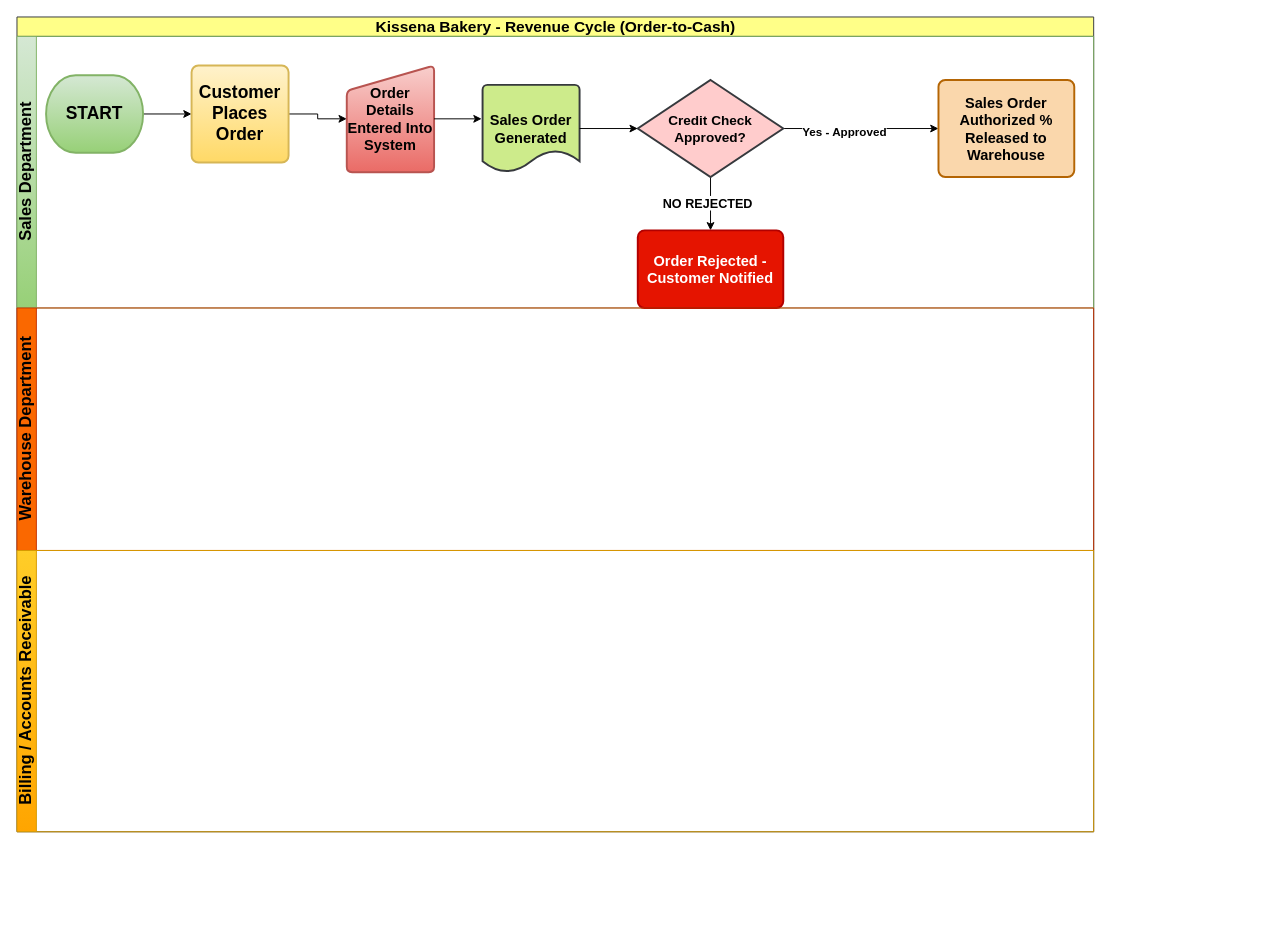
Above: page "Page-1" (1 of 2) of Revenue_Cycle_Controls.drawio in KevalQueensCollege/drawio (draw.io), before the change. Source tidied: cells renumbered, new cells numbered last; positions are measured from the earlier drawing's top-left corner, leaving out a move shared by most shapes. Both pictures are drawn from the tidied source at 97%, with x=0, y=0 at pixel (16, 16).
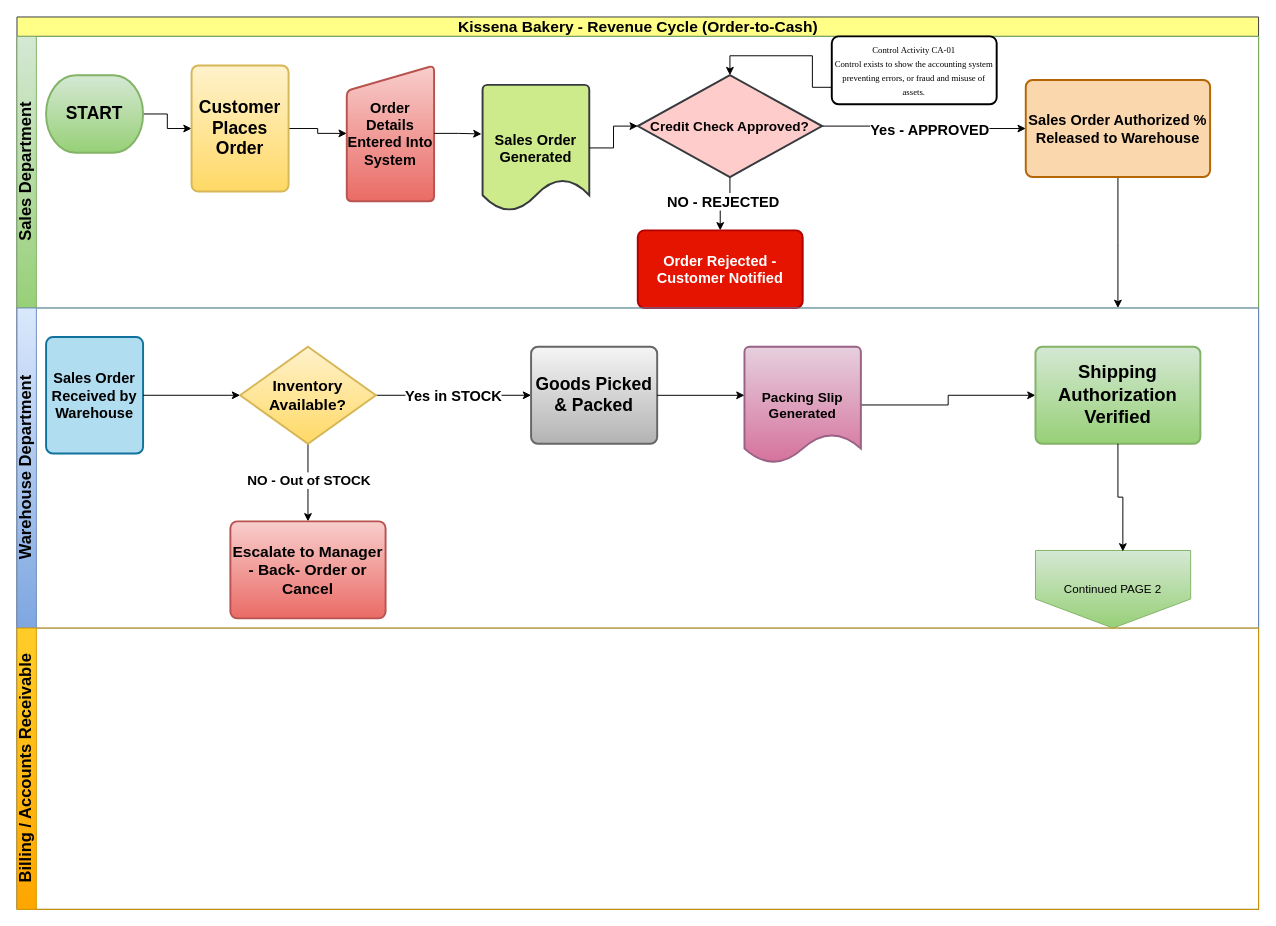
After the change.

The change refers to these unchanged cells:
```xml
<mxCell id="13" style="edgeStyle=orthogonalEdgeStyle;rounded=0;jettySize=auto;html=1;entryX=0;entryY=0.5;entryDx=0;entryDy=0;" parent="3" edge="1" source="15" target="18">
  <mxGeometry relative="1" as="geometry" />
</mxCell>
```

Diff of the diagram source:
```diff
@@
     <mxCell id="2" value="&lt;font style=&quot;font-size: 16px;&quot;&gt;Kissena Bakery - Revenue Cycle (Order-to-Cash)&lt;/font&gt;" style="swimlane;horizontal=1;startSize=20;html=1;fillColor=#ffff88;strokeColor=#36393d;" parent="1" vertex="1">
-      <mxGeometry width="1110" height="840" as="geometry" />
+      <mxGeometry width="1280" height="920" as="geometry" />
     </mxCell>
     <mxCell id="3" value="&lt;font style=&quot;font-size: 17px;&quot;&gt;Sales Department&lt;/font&gt;" style="swimlane;startSize=20;horizontal=0;html=1;fillColor=#d5e8d4;strokeColor=#82b366;gradientColor=#97d077;" parent="2" vertex="1">
-      <mxGeometry y="20" width="1110" height="280" as="geometry" />
+      <mxGeometry y="20" width="1280" height="280" as="geometry" />
     </mxCell>
@@
     <mxCell id="7" value="&lt;b&gt;&lt;font style=&quot;font-size: 18px;&quot;&gt;Customer Places Order&lt;/font&gt;&lt;/b&gt;" style="rounded=1;whiteSpace=wrap;html=1;absoluteArcSize=1;arcSize=14;strokeWidth=2;fillColor=#fff2cc;gradientColor=#ffd966;strokeColor=#d6b656;" parent="3" vertex="1">
-      <mxGeometry x="180" y="30" width="100" height="100" as="geometry" />
+      <mxGeometry x="180" y="30" width="100" height="130" as="geometry" />
     </mxCell>
     <mxCell id="8" value="&lt;b&gt;&lt;font style=&quot;font-size: 15px;&quot;&gt;Order Details Entered Into System&lt;/font&gt;&lt;/b&gt;" style="html=1;strokeWidth=2;shape=manualInput;whiteSpace=wrap;rounded=1;size=26;arcSize=11;fillColor=#f8cecc;gradientColor=#ea6b66;strokeColor=#b85450;" parent="3" vertex="1">
-      <mxGeometry x="340" y="30" width="90" height="110" as="geometry" />
+      <mxGeometry x="340" y="30" width="90" height="140" as="geometry" />
     </mxCell>
     <mxCell id="9" value="&lt;b&gt;&lt;font style=&quot;font-size: 15px;&quot;&gt;Sales Order Generated&lt;/font&gt;&lt;/b&gt;" style="strokeWidth=2;html=1;shape=mxgraph.flowchart.document2;whiteSpace=wrap;size=0.25;fillColor=#cdeb8b;strokeColor=#36393d;" parent="3" vertex="1">
-      <mxGeometry x="480" y="50" width="100" height="90" as="geometry" />
+      <mxGeometry x="480" y="50" width="110" height="130" as="geometry" />
     </mxCell>
@@
-    <mxCell id="11" style="edgeStyle=orthogonalEdgeStyle;rounded=0;jettySize=auto;html=1;" parent="3" edge="1" source="15">
-      <mxGeometry relative="1" as="geometry">
-        <mxPoint x="715" y="200" as="targetPoint" />
-      </mxGeometry>
-    </mxCell>
-    <mxCell id="12" value="&lt;b&gt;&lt;font style=&quot;font-size: 13px;&quot;&gt;NO REJECTED&lt;/font&gt;&lt;/b&gt;" style="edgeLabel;html=1;align=center;verticalAlign=middle;" parent="11" vertex="1">
-      <mxGeometry x="-0.05" y="-4" relative="1" as="geometry" />
-    </mxCell>
@@
-    <mxCell id="14" value="&lt;font style=&quot;font-size: 12px;&quot;&gt;&lt;b&gt;Yes - Approved&lt;/b&gt;&lt;/font&gt;" style="edgeLabel;html=1;align=center;verticalAlign=middle;" parent="13" vertex="1">
-      <mxGeometry x="-0.22" y="-3" relative="1" as="geometry" />
-    </mxCell>
+    <mxCell id="21" value="&lt;b&gt;&lt;font style=&quot;font-size: 15px;&quot;&gt;Yes - APPROVED&lt;/font&gt;&lt;/b&gt;" style="edgeLabel;html=1;align=center;verticalAlign=middle;" parent="13" vertex="1">
+      <mxGeometry x="0.06" relative="1" as="geometry" />
+    </mxCell>
+    <mxCell id="22" style="edgeStyle=orthogonalEdgeStyle;rounded=0;jettySize=auto;html=1;entryX=0.5;entryY=0;entryDx=0;entryDy=0;" parent="3" edge="1" source="15" target="17">
+      <mxGeometry relative="1" as="geometry" />
+    </mxCell>
+    <mxCell id="23" value="&lt;b&gt;&lt;font style=&quot;font-size: 15px;&quot;&gt;NO - REJECTED&lt;/font&gt;&lt;/b&gt;" style="edgeLabel;html=1;align=center;verticalAlign=middle;" parent="22" vertex="1">
+      <mxGeometry x="0.08" y="-3" relative="1" as="geometry" />
+    </mxCell>
     <mxCell id="15" value="&lt;b&gt;&lt;font style=&quot;font-size: 14px;&quot;&gt;Credit Check Approved?&lt;/font&gt;&lt;/b&gt;" style="strokeWidth=2;html=1;shape=mxgraph.flowchart.decision;whiteSpace=wrap;fillColor=#ffcccc;strokeColor=#36393d;" parent="3" vertex="1">
-      <mxGeometry x="640" y="45" width="150" height="100" as="geometry" />
+      <mxGeometry x="640" y="40" width="190" height="105" as="geometry" />
     </mxCell>
@@
     <mxCell id="17" value="&lt;b&gt;&lt;font style=&quot;font-size: 15px;&quot;&gt;Order Rejected - Customer Notified&lt;/font&gt;&lt;/b&gt;" style="rounded=1;whiteSpace=wrap;html=1;absoluteArcSize=1;arcSize=14;strokeWidth=2;fillColor=#e51400;fontColor=#ffffff;strokeColor=#B20000;" parent="3" vertex="1">
-      <mxGeometry x="640" y="200" width="150" height="80" as="geometry" />
+      <mxGeometry x="640" y="200" width="170" height="80" as="geometry" />
     </mxCell>
+    <mxCell id="24" style="edgeStyle=orthogonalEdgeStyle;rounded=0;jettySize=auto;html=1;" parent="3" edge="1" source="18">
+      <mxGeometry relative="1" as="geometry">
+        <mxPoint x="1135" y="280" as="targetPoint" />
+      </mxGeometry>
+    </mxCell>
     <mxCell id="18" value="&lt;b&gt;&lt;font style=&quot;font-size: 15px;&quot;&gt;Sales Order Authorized % Released to Warehouse&lt;/font&gt;&lt;/b&gt;" style="rounded=1;whiteSpace=wrap;html=1;absoluteArcSize=1;arcSize=14;strokeWidth=2;fillColor=#fad7ac;strokeColor=#b46504;" parent="3" vertex="1">
-      <mxGeometry x="950" y="45" width="140" height="100" as="geometry" />
+      <mxGeometry x="1040" y="45" width="190" height="100" as="geometry" />
     </mxCell>
+    <mxCell id="25" value="&lt;font face=&quot;Times New Roman&quot; style=&quot;font-size: 9px;&quot;&gt;Control Activity CA-01&lt;/font&gt;&lt;div&gt;&lt;font face=&quot;Times New Roman&quot; style=&quot;font-size: 9px;&quot;&gt;Control exists to show the accounting system preventing errors, or fraud and misuse of assets.&lt;/font&gt;&lt;/div&gt;" style="rounded=1;whiteSpace=wrap;html=1;absoluteArcSize=1;arcSize=14;strokeWidth=2;fillStyle=dashed;" parent="3" vertex="1">
+      <mxGeometry x="840" width="170" height="70" as="geometry" />
+    </mxCell>
+    <mxCell id="26" style="edgeStyle=orthogonalEdgeStyle;rounded=0;jettySize=auto;html=1;exitX=0;exitY=0.75;exitDx=0;exitDy=0;entryX=0.5;entryY=0;entryDx=0;entryDy=0;entryPerimeter=0;" parent="3" edge="1" source="25" target="15">
+      <mxGeometry relative="1" as="geometry" />
+    </mxCell>
-    <mxCell id="19" value="&lt;font style=&quot;font-size: 17px;&quot;&gt;Warehouse Department&lt;/font&gt;" style="swimlane;startSize=20;horizontal=0;html=1;fillColor=#fa6800;strokeColor=#C73500;fontColor=#000000;" parent="2" vertex="1">
-      <mxGeometry y="300" width="1110" height="250" as="geometry" />
+    <mxCell id="19" value="&lt;font style=&quot;font-size: 17px;&quot;&gt;Warehouse Department&lt;/font&gt;" style="swimlane;startSize=20;horizontal=0;html=1;fillColor=#dae8fc;strokeColor=#6c8ebf;gradientColor=#7ea6e0;" parent="2" vertex="1">
+      <mxGeometry y="300" width="1280" height="330" as="geometry" />
     </mxCell>
+    <mxCell id="27" value="&lt;b&gt;&lt;font style=&quot;font-size: 15px;&quot;&gt;Sales Order Received by Warehouse&lt;/font&gt;&lt;/b&gt;" style="rounded=1;whiteSpace=wrap;html=1;absoluteArcSize=1;arcSize=14;strokeWidth=2;fillColor=#b1ddf0;strokeColor=#10739e;" parent="19" vertex="1">
+      <mxGeometry x="30" y="30" width="100" height="120" as="geometry" />
+    </mxCell>
+    <mxCell id="28" style="edgeStyle=orthogonalEdgeStyle;rounded=0;jettySize=auto;html=1;entryX=0.5;entryY=0;entryDx=0;entryDy=0;" parent="19" edge="1" source="31" target="33">
+      <mxGeometry relative="1" as="geometry" />
+    </mxCell>
+    <mxCell id="29" value="&lt;b&gt;&lt;font style=&quot;font-size: 14px;&quot;&gt;NO - Out of STOCK&lt;/font&gt;&lt;/b&gt;" style="edgeLabel;html=1;align=center;verticalAlign=middle;" parent="28" vertex="1">
+      <mxGeometry x="-0.07" relative="1" as="geometry" />
+    </mxCell>
+    <mxCell id="30" value="&lt;b&gt;&lt;font style=&quot;font-size: 15px;&quot;&gt;Yes in STOCK&lt;/font&gt;&lt;/b&gt;" style="edgeStyle=orthogonalEdgeStyle;rounded=0;jettySize=auto;html=1;entryX=0;entryY=0.5;entryDx=0;entryDy=0;" parent="19" edge="1" source="31" target="34">
+      <mxGeometry relative="1" as="geometry" />
+    </mxCell>
+    <mxCell id="31" value="&lt;b&gt;&lt;font style=&quot;font-size: 16px;&quot;&gt;Inventory Available?&lt;/font&gt;&lt;/b&gt;" style="strokeWidth=2;html=1;shape=mxgraph.flowchart.decision;whiteSpace=wrap;fillColor=#fff2cc;gradientColor=#ffd966;strokeColor=#d6b656;" parent="19" vertex="1">
+      <mxGeometry x="230" y="40" width="140" height="100" as="geometry" />
+    </mxCell>
+    <mxCell id="32" style="edgeStyle=orthogonalEdgeStyle;rounded=0;jettySize=auto;html=1;entryX=0;entryY=0.5;entryDx=0;entryDy=0;entryPerimeter=0;" parent="19" edge="1" source="27" target="31">
+      <mxGeometry relative="1" as="geometry" />
+    </mxCell>
+    <mxCell id="33" value="&lt;b&gt;&lt;font style=&quot;font-size: 16px;&quot;&gt;Escalate to Manager - Back- Order or Cancel&lt;/font&gt;&lt;/b&gt;" style="rounded=1;whiteSpace=wrap;html=1;absoluteArcSize=1;arcSize=14;strokeWidth=2;fillColor=#f8cecc;gradientColor=#ea6b66;strokeColor=#b85450;" parent="19" vertex="1">
+      <mxGeometry x="220" y="220" width="160" height="100" as="geometry" />
+    </mxCell>
+    <mxCell id="34" value="&lt;b&gt;&lt;font style=&quot;font-size: 18px;&quot;&gt;Goods Picked &amp;amp; Packed&lt;/font&gt;&lt;/b&gt;" style="rounded=1;whiteSpace=wrap;html=1;absoluteArcSize=1;arcSize=14;strokeWidth=2;fillColor=#f5f5f5;gradientColor=#b3b3b3;strokeColor=#666666;" parent="19" vertex="1">
+      <mxGeometry x="530" y="40" width="130" height="100" as="geometry" />
+    </mxCell>
+    <mxCell id="35" style="edgeStyle=orthogonalEdgeStyle;rounded=0;jettySize=auto;html=1;entryX=0;entryY=0.5;entryDx=0;entryDy=0;" parent="19" edge="1" source="36" target="38">
+      <mxGeometry relative="1" as="geometry" />
+    </mxCell>
+    <mxCell id="36" value="&lt;b&gt;&lt;font style=&quot;font-size: 14px;&quot;&gt;Packing Slip Generated&lt;/font&gt;&lt;/b&gt;" style="strokeWidth=2;html=1;shape=mxgraph.flowchart.document2;whiteSpace=wrap;size=0.25;fillColor=#e6d0de;gradientColor=#d5739d;strokeColor=#996185;" parent="19" vertex="1">
+      <mxGeometry x="750" y="40" width="120" height="120" as="geometry" />
+    </mxCell>
+    <mxCell id="37" style="edgeStyle=orthogonalEdgeStyle;rounded=0;jettySize=auto;html=1;entryX=0;entryY=0.417;entryDx=0;entryDy=0;entryPerimeter=0;" parent="19" edge="1" source="34" target="36">
+      <mxGeometry relative="1" as="geometry" />
+    </mxCell>
+    <mxCell id="38" value="&lt;b&gt;&lt;font style=&quot;font-size: 19px;&quot;&gt;Shipping Authorization Verified&lt;/font&gt;&lt;/b&gt;" style="rounded=1;whiteSpace=wrap;html=1;absoluteArcSize=1;arcSize=14;strokeWidth=2;fillColor=#d5e8d4;gradientColor=#97d077;strokeColor=#82b366;" parent="19" vertex="1">
+      <mxGeometry x="1050" y="40" width="170" height="100" as="geometry" />
+    </mxCell>
+    <mxCell id="39" value="Continued PAGE 2" style="shape=offPageConnector;whiteSpace=wrap;html=1;fillColor=#d5e8d4;gradientColor=#97d077;strokeColor=#82b366;" parent="19" vertex="1">
+      <mxGeometry x="1050" y="250" width="160" height="80" as="geometry" />
+    </mxCell>
+    <mxCell id="40" style="edgeStyle=orthogonalEdgeStyle;rounded=0;jettySize=auto;html=1;entryX=0.563;entryY=0.013;entryDx=0;entryDy=0;entryPerimeter=0;" parent="19" edge="1" source="38" target="39">
+      <mxGeometry relative="1" as="geometry" />
+    </mxCell>
     <mxCell id="20" value="&lt;font style=&quot;font-size: 17px;&quot;&gt;Billing / Accounts Receivable&lt;/font&gt;" style="swimlane;startSize=20;horizontal=0;html=1;fillColor=#ffcd28;strokeColor=#d79b00;gradientColor=#ffa500;" parent="2" vertex="1">
-      <mxGeometry y="550" width="1110" height="290" as="geometry" />
+      <mxGeometry y="630" width="1280" height="290" as="geometry" />
     </mxCell>
```
